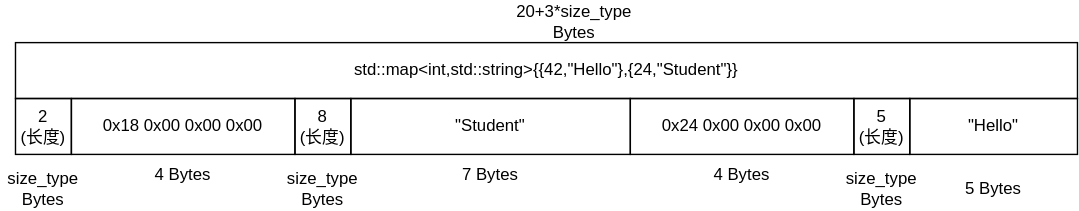
alibaba/yalantinglibs keeps this draw.io diagram as src/struct_pack/doc/images/layout/map_layout.svg. Above is the earlier version. Source tidied: cells renumbered, new cells last; positions are measured from the earlier drawing's top-left corner, leaving out a move shared by most shapes. Its diagram source:
```xml
<mxGraphModel>
  <root>
    <mxCell id="0" />
    <mxCell id="1" parent="0" />
    <mxCell id="2" value="20+3*size_type Bytes" style="text;html=1;strokeColor=none;fillColor=none;align=center;verticalAlign=middle;whiteSpace=wrap;rounded=0;" parent="1" vertex="1">
      <mxGeometry x="380" width="60" height="30" as="geometry" />
    </mxCell>
    <mxCell id="3" value="2&lt;br&gt;(长度)" style="rounded=0;whiteSpace=wrap;html=1;fillColor=none;" parent="1" vertex="1">
      <mxGeometry x="10" y="70" width="40" height="40" as="geometry" />
    </mxCell>
    <mxCell id="4" value="0x18 0x00 0x00 0x00" style="rounded=0;whiteSpace=wrap;html=1;fillColor=none;" parent="1" vertex="1">
      <mxGeometry x="50" y="70" width="160" height="40" as="geometry" />
    </mxCell>
    <mxCell id="5" value="4 Bytes" style="text;html=1;strokeColor=none;fillColor=none;align=center;verticalAlign=middle;whiteSpace=wrap;rounded=0;" parent="1" vertex="1">
      <mxGeometry x="100" y="110" width="60" height="30" as="geometry" />
    </mxCell>
    <mxCell id="6" value="size_type Bytes" style="text;html=1;strokeColor=none;fillColor=none;align=center;verticalAlign=middle;whiteSpace=wrap;rounded=0;" parent="1" vertex="1">
      <mxGeometry y="120" width="60" height="30" as="geometry" />
    </mxCell>
    <mxCell id="7" value="std::map&amp;lt;int,std::string&amp;gt;{{42,&quot;Hello&quot;},{24,&quot;Student&quot;}}" style="rounded=0;whiteSpace=wrap;html=1;fillColor=none;" parent="1" vertex="1">
      <mxGeometry x="10" y="30" width="760" height="40" as="geometry" />
    </mxCell>
    <mxCell id="8" value="0x24 0x00 0x00 0x00" style="rounded=0;whiteSpace=wrap;html=1;fillColor=none;" parent="1" vertex="1">
      <mxGeometry x="450" y="70" width="160" height="40" as="geometry" />
    </mxCell>
    <mxCell id="9" value="4 Bytes" style="text;html=1;strokeColor=none;fillColor=none;align=center;verticalAlign=middle;whiteSpace=wrap;rounded=0;" parent="1" vertex="1">
      <mxGeometry x="500" y="110" width="60" height="30" as="geometry" />
    </mxCell>
    <mxCell id="10" value="&quot;Student&quot;" style="rounded=0;whiteSpace=wrap;html=1;fillColor=none;" parent="1" vertex="1">
      <mxGeometry x="250" y="70" width="200" height="40" as="geometry" />
    </mxCell>
    <mxCell id="11" value="8&lt;br&gt;(长度)" style="rounded=0;whiteSpace=wrap;html=1;fillColor=none;" parent="1" vertex="1">
      <mxGeometry x="210" y="70" width="40" height="40" as="geometry" />
    </mxCell>
    <mxCell id="12" value="size_type Bytes" style="text;html=1;strokeColor=none;fillColor=none;align=center;verticalAlign=middle;whiteSpace=wrap;rounded=0;" parent="1" vertex="1">
      <mxGeometry x="200" y="120" width="60" height="30" as="geometry" />
    </mxCell>
    <mxCell id="13" value="7 Bytes" style="text;html=1;strokeColor=none;fillColor=none;align=center;verticalAlign=middle;whiteSpace=wrap;rounded=0;" parent="1" vertex="1">
      <mxGeometry x="320" y="110" width="60" height="30" as="geometry" />
    </mxCell>
    <mxCell id="14" value="5&lt;br&gt;(长度)" style="rounded=0;whiteSpace=wrap;html=1;fillColor=none;" parent="1" vertex="1">
      <mxGeometry x="610" y="70" width="40" height="40" as="geometry" />
    </mxCell>
    <mxCell id="15" value="size_type Bytes" style="text;html=1;strokeColor=none;fillColor=none;align=center;verticalAlign=middle;whiteSpace=wrap;rounded=0;" parent="1" vertex="1">
      <mxGeometry x="600" y="120" width="60" height="30" as="geometry" />
    </mxCell>
    <mxCell id="16" value="&quot;Hello&quot;" style="rounded=0;whiteSpace=wrap;html=1;fillColor=none;" parent="1" vertex="1">
      <mxGeometry x="650" y="70" width="120" height="40" as="geometry" />
    </mxCell>
    <mxCell id="17" value="5 Bytes" style="text;html=1;strokeColor=none;fillColor=none;align=center;verticalAlign=middle;whiteSpace=wrap;rounded=0;" parent="1" vertex="1">
      <mxGeometry x="680" y="120" width="60" height="30" as="geometry" />
    </mxCell>
  </root>
</mxGraphModel>
```
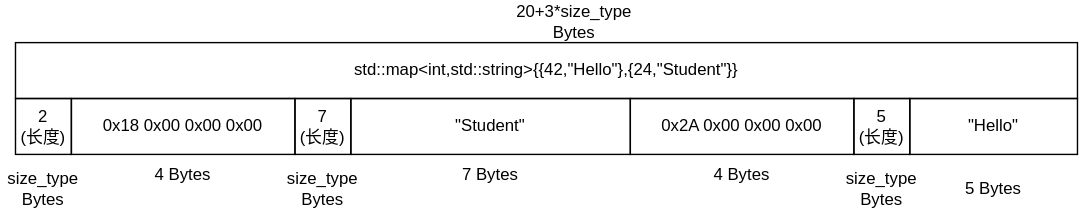
Later version of the same file.

Commit message:
[no ci] fix layout document

The edit, as a diff of the source:
```diff
@@ -20,7 +20,7 @@
     <mxCell id="7" value="std::map&amp;lt;int,std::string&amp;gt;{{42,&quot;Hello&quot;},{24,&quot;Student&quot;}}" style="rounded=0;whiteSpace=wrap;html=1;fillColor=none;" parent="1" vertex="1">
       <mxGeometry x="10" y="30" width="760" height="40" as="geometry" />
     </mxCell>
-    <mxCell id="8" value="0x24 0x00 0x00 0x00" style="rounded=0;whiteSpace=wrap;html=1;fillColor=none;" parent="1" vertex="1">
+    <mxCell id="8" value="0x2A 0x00 0x00 0x00" style="rounded=0;whiteSpace=wrap;html=1;fillColor=none;" parent="1" vertex="1">
       <mxGeometry x="450" y="70" width="160" height="40" as="geometry" />
     </mxCell>
     <mxCell id="9" value="4 Bytes" style="text;html=1;strokeColor=none;fillColor=none;align=center;verticalAlign=middle;whiteSpace=wrap;rounded=0;" parent="1" vertex="1">
@@ -29,7 +29,7 @@
     <mxCell id="10" value="&quot;Student&quot;" style="rounded=0;whiteSpace=wrap;html=1;fillColor=none;" parent="1" vertex="1">
       <mxGeometry x="250" y="70" width="200" height="40" as="geometry" />
     </mxCell>
-    <mxCell id="11" value="8&lt;br&gt;(长度)" style="rounded=0;whiteSpace=wrap;html=1;fillColor=none;" parent="1" vertex="1">
+    <mxCell id="11" value="7&lt;br&gt;(长度)" style="rounded=0;whiteSpace=wrap;html=1;fillColor=none;" parent="1" vertex="1">
       <mxGeometry x="210" y="70" width="40" height="40" as="geometry" />
     </mxCell>
     <mxCell id="12" value="size_type Bytes" style="text;html=1;strokeColor=none;fillColor=none;align=center;verticalAlign=middle;whiteSpace=wrap;rounded=0;" parent="1" vertex="1">
```
